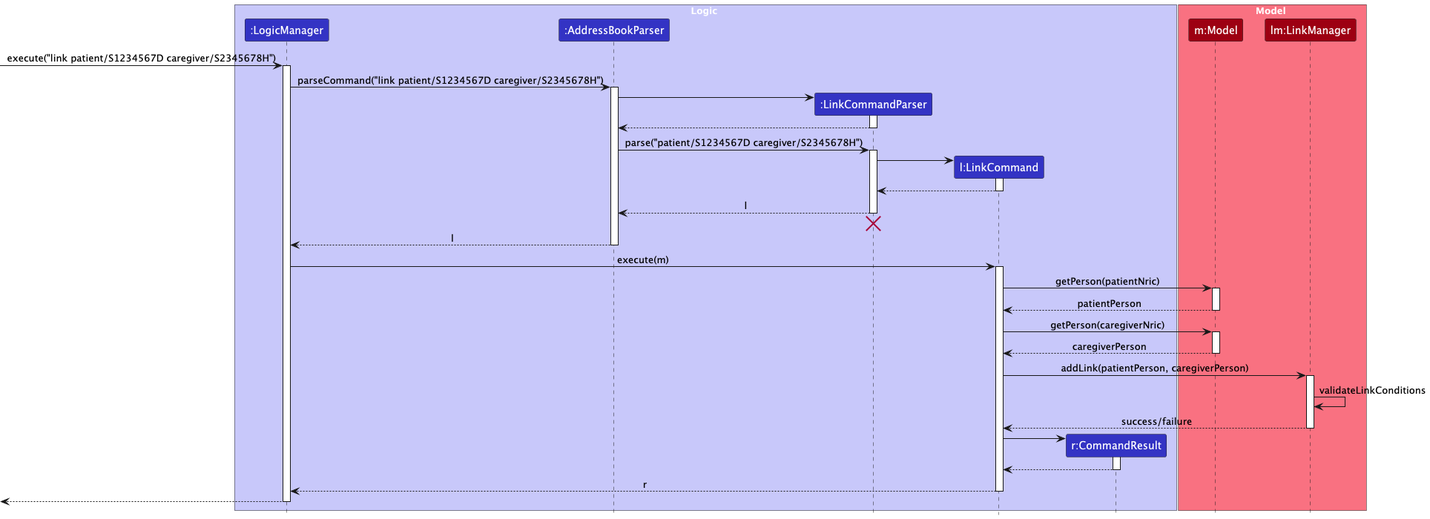
Above: docs/images/AddLinkSequenceDiagram.png in nus-cs2103-AY2425S1/tp (PlantUML), before the change. Source of this version:
```plantuml
@startuml
!include style.puml
skinparam ArrowFontStyle plain

box Logic LOGIC_COLOR_T1
participant ":LogicManager" as LogicManager LOGIC_COLOR
participant ":AddressBookParser" as AddressBookParser LOGIC_COLOR
participant ":LinkCommandParser" as LinkCommandParser LOGIC_COLOR
participant "l:LinkCommand" as LinkCommand LOGIC_COLOR
participant "r:CommandResult" as CommandResult LOGIC_COLOR
end box

box Model MODEL_COLOR_T1
participant "m:Model" as Model MODEL_COLOR
participant "lm:LinkManager" as LinkManager MODEL_COLOR
end box

[-> LogicManager : execute("link patient/S1234567D caregiver/S2345678H")
activate LogicManager

LogicManager -> AddressBookParser : parseCommand("link patient/S1234567D caregiver/S2345678H")
activate AddressBookParser

create LinkCommandParser
AddressBookParser -> LinkCommandParser
activate LinkCommandParser

LinkCommandParser --> AddressBookParser
deactivate LinkCommandParser

AddressBookParser -> LinkCommandParser : parse("patient/S1234567D caregiver/S2345678H")
activate LinkCommandParser

create LinkCommand
LinkCommandParser -> LinkCommand
activate LinkCommand

LinkCommand --> LinkCommandParser
deactivate LinkCommand

LinkCommandParser --> AddressBookParser : l
deactivate LinkCommandParser
LinkCommandParser -[hidden]-> AddressBookParser
destroy LinkCommandParser

AddressBookParser --> LogicManager : l
deactivate AddressBookParser

LogicManager -> LinkCommand : execute(m)
activate LinkCommand

LinkCommand -> Model : getPerson(patientNric)
activate Model
Model --> LinkCommand : patientPerson
deactivate Model

LinkCommand -> Model : getPerson(caregiverNric)
activate Model
Model --> LinkCommand : caregiverPerson
deactivate Model

LinkCommand -> LinkManager : addLink(patientPerson, caregiverPerson)
activate LinkManager
LinkManager -> LinkManager : validateLinkConditions
LinkManager --> LinkCommand : success/failure
deactivate LinkManager

create CommandResult
LinkCommand -> CommandResult
activate CommandResult

CommandResult --> LinkCommand
deactivate CommandResult

LinkCommand --> LogicManager : r
deactivate LinkCommand

[<--LogicManager
deactivate LogicManager
@enduml
```
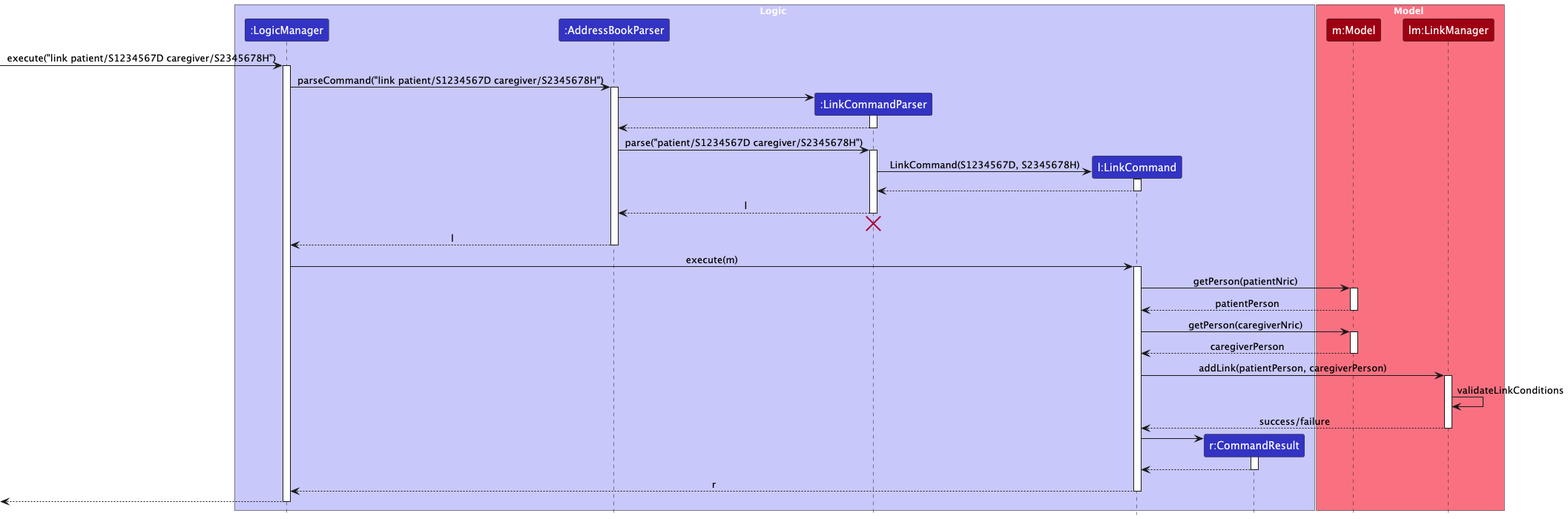
Later version of the same file.

Commit message:
update diagram for link

Change to the diagram source:
```diff
@@ -32,7 +32,7 @@
 activate LinkCommandParser
 
 create LinkCommand
-LinkCommandParser -> LinkCommand
+LinkCommandParser -> LinkCommand : LinkCommand(S1234567D, S2345678H)
 activate LinkCommand
 
 LinkCommand --> LinkCommandParser
```
